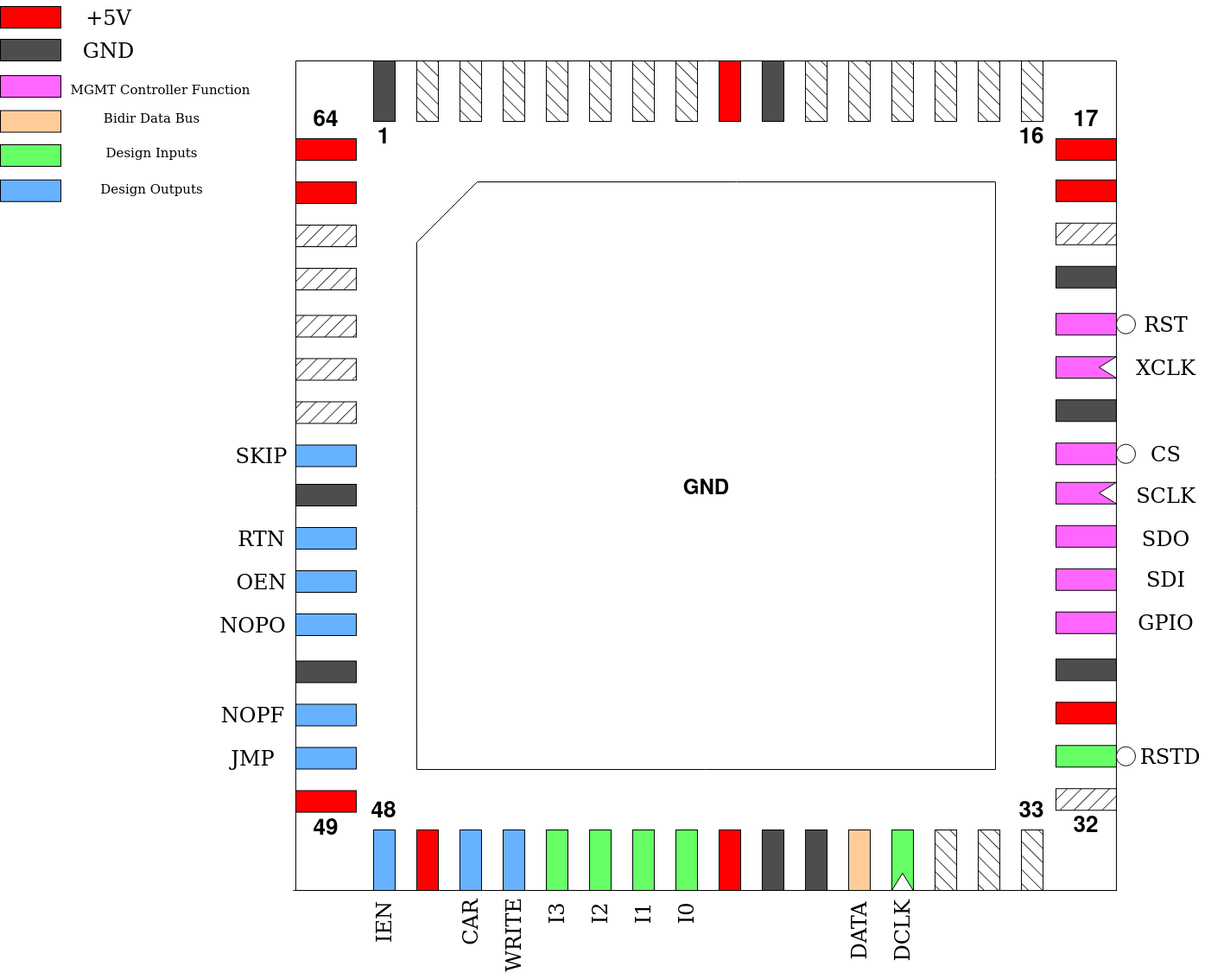
Before: GFMPW-1-MULTI/images/pinoutue1.png, a diagram exported from draw.io (AvalonSemiconductors/AvalonSemiconductors.github.io). Source tidied: cells renumbered, new cells last; positions are measured from the earlier drawing's top-left corner, leaving out a move shared by most shapes.
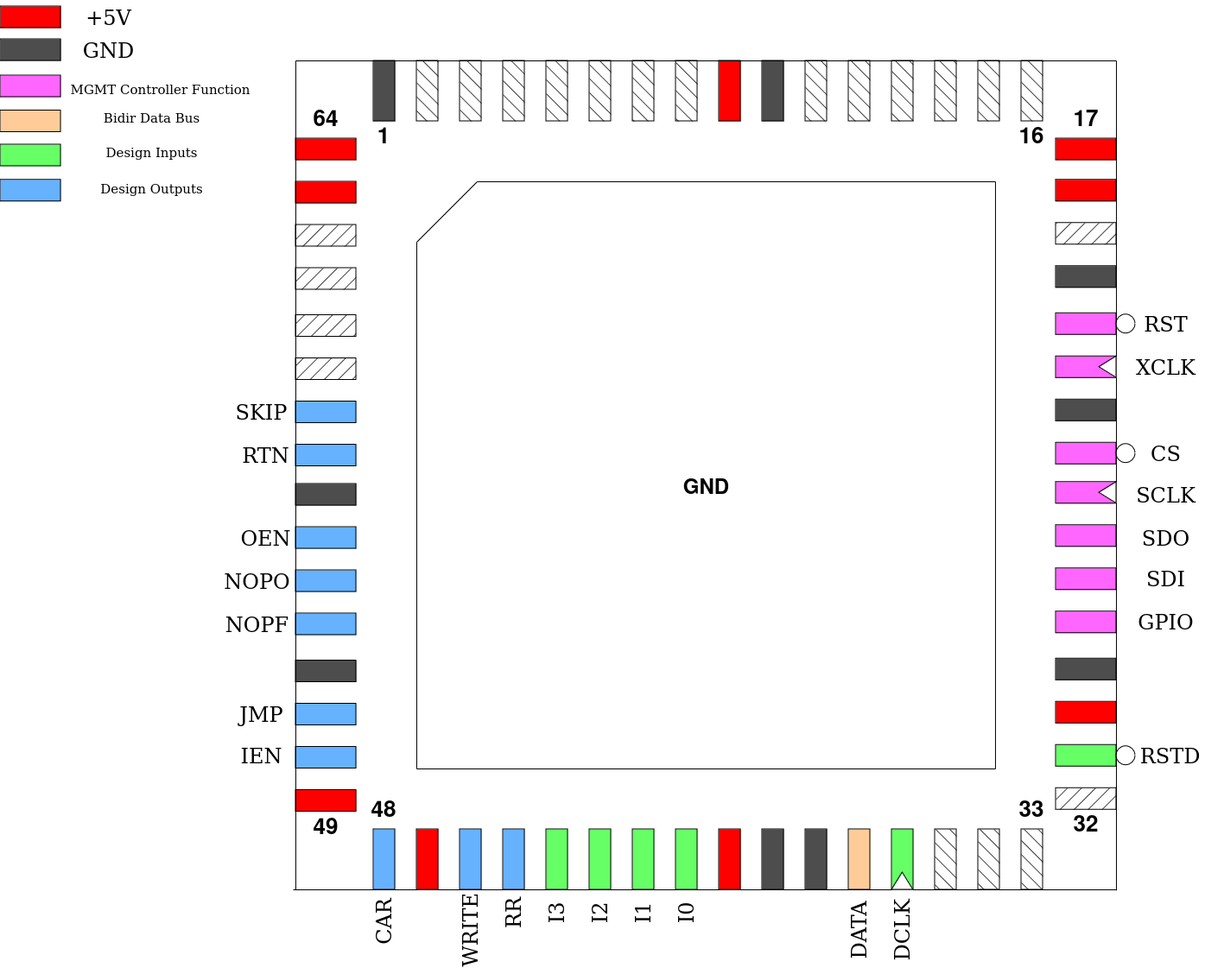
Above is the later version.

Change to the diagram source:
```diff
@@ -20,7 +20,7 @@
     <mxCell id="7" style="rounded=0;whiteSpace=wrap;html=1;fillColor=#000000;fillStyle=hatch;" parent="1" vertex="1">
       <mxGeometry x="342" y="415.5" width="70" height="25" as="geometry" />
     </mxCell>
-    <mxCell id="8" style="rounded=0;whiteSpace=wrap;html=1;fillStyle=hatch;fillColor=#000000;" parent="1" vertex="1">
+    <mxCell id="8" style="rounded=0;whiteSpace=wrap;html=1;fillStyle=solid;fillColor=#66B2FF;" parent="1" vertex="1">
       <mxGeometry x="342" y="465.5" width="70" height="25" as="geometry" />
     </mxCell>
     <mxCell id="9" style="rounded=0;whiteSpace=wrap;html=1;fillColor=#66B2FF;" parent="1" vertex="1">
@@ -342,31 +342,31 @@
       <mxGeometry x="949.5" y="1058" width="90" height="40" as="geometry" />
     </mxCell>
     <mxCell id="106" value="&lt;div&gt;&lt;font style=&quot;font-size: 24px;&quot;&gt;WRITE&lt;/font&gt;&lt;/div&gt;" style="text;html=1;align=center;verticalAlign=middle;strokeColor=none;fillColor=none;fontFamily=Tahoma;rotation=270;" parent="1" vertex="1">
-      <mxGeometry x="544.5" y="1063" width="100" height="40" as="geometry" />
+      <mxGeometry x="494.5" y="1058" width="100" height="40" as="geometry" />
     </mxCell>
     <mxCell id="107" value="&lt;div&gt;&lt;font style=&quot;font-size: 24px;&quot;&gt;CAR&lt;/font&gt;&lt;/div&gt;" style="text;html=1;align=center;verticalAlign=middle;strokeColor=none;fillColor=none;fontFamily=Tahoma;rotation=270;" parent="1" vertex="1">
-      <mxGeometry x="509.5" y="1048" width="70" height="40" as="geometry" />
+      <mxGeometry x="409.5" y="1048" width="70" height="40" as="geometry" />
     </mxCell>
-    <mxCell id="108" value="&lt;div&gt;&lt;font style=&quot;font-size: 24px;&quot;&gt;IEN&lt;/font&gt;&lt;/div&gt;" style="text;html=1;align=center;verticalAlign=middle;strokeColor=none;fillColor=none;fontFamily=Tahoma;rotation=270;" parent="1" vertex="1">
-      <mxGeometry x="409.5" y="1048" width="70" height="40" as="geometry" />
+    <mxCell id="108" value="&lt;div&gt;&lt;font style=&quot;font-size: 24px;&quot;&gt;IEN&lt;/font&gt;&lt;/div&gt;" style="text;html=1;align=center;verticalAlign=middle;strokeColor=none;fillColor=none;fontFamily=Tahoma;rotation=0;" parent="1" vertex="1">
+      <mxGeometry x="267" y="855.8" width="70" height="40" as="geometry" />
     </mxCell>
     <mxCell id="109" value="&lt;div&gt;&lt;font style=&quot;font-size: 24px;&quot;&gt;JMP&lt;/font&gt;&lt;/div&gt;" style="text;html=1;align=center;verticalAlign=middle;strokeColor=none;fillColor=none;fontFamily=Tahoma;rotation=0;" parent="1" vertex="1">
-      <mxGeometry x="257" y="858" width="70" height="40" as="geometry" />
+      <mxGeometry x="267" y="808" width="70" height="40" as="geometry" />
     </mxCell>
     <mxCell id="110" value="&lt;div&gt;&lt;font style=&quot;font-size: 24px;&quot;&gt;NOPF&lt;/font&gt;&lt;/div&gt;" style="text;html=1;align=center;verticalAlign=middle;strokeColor=none;fillColor=none;fontFamily=Tahoma;rotation=0;" parent="1" vertex="1">
-      <mxGeometry x="247" y="808" width="90" height="40" as="geometry" />
+      <mxGeometry x="252" y="703.5" width="90" height="40" as="geometry" />
     </mxCell>
     <mxCell id="111" value="&lt;div&gt;&lt;font style=&quot;font-size: 24px;&quot;&gt;NOPO&lt;/font&gt;&lt;/div&gt;" style="text;html=1;align=center;verticalAlign=middle;strokeColor=none;fillColor=none;fontFamily=Tahoma;rotation=0;" parent="1" vertex="1">
-      <mxGeometry x="247" y="703.5" width="90" height="40" as="geometry" />
+      <mxGeometry x="252" y="653.5" width="90" height="40" as="geometry" />
     </mxCell>
     <mxCell id="112" value="&lt;div&gt;&lt;font style=&quot;font-size: 24px;&quot;&gt;OEN&lt;/font&gt;&lt;/div&gt;" style="text;html=1;align=center;verticalAlign=middle;strokeColor=none;fillColor=none;fontFamily=Tahoma;rotation=0;" parent="1" vertex="1">
-      <mxGeometry x="267" y="653.5" width="70" height="40" as="geometry" />
+      <mxGeometry x="272" y="603.5" width="70" height="40" as="geometry" />
     </mxCell>
     <mxCell id="113" value="&lt;div&gt;&lt;font style=&quot;font-size: 24px;&quot;&gt;RTN&lt;/font&gt;&lt;/div&gt;" style="text;html=1;align=center;verticalAlign=middle;strokeColor=none;fillColor=none;fontFamily=Tahoma;rotation=0;" parent="1" vertex="1">
-      <mxGeometry x="267" y="603.5" width="70" height="40" as="geometry" />
+      <mxGeometry x="272" y="508" width="70" height="40" as="geometry" />
     </mxCell>
     <mxCell id="114" value="&lt;div&gt;&lt;font style=&quot;font-size: 24px;&quot;&gt;SKIP&lt;/font&gt;&lt;/div&gt;" style="text;html=1;align=center;verticalAlign=middle;strokeColor=none;fillColor=none;fontFamily=Tahoma;rotation=0;" parent="1" vertex="1">
-      <mxGeometry x="262" y="508" width="80" height="40" as="geometry" />
+      <mxGeometry x="262" y="458" width="80" height="40" as="geometry" />
     </mxCell>
     <mxCell id="115" value="&lt;div&gt;&lt;font style=&quot;font-size: 24px;&quot;&gt;I0&lt;/font&gt;&lt;/div&gt;" style="text;html=1;align=center;verticalAlign=middle;strokeColor=none;fillColor=none;fontFamily=Tahoma;rotation=270;" parent="1" vertex="1">
       <mxGeometry x="769.5" y="1038" width="50" height="40" as="geometry" />
@@ -398,5 +398,8 @@
     <mxCell id="124" value="&lt;div style=&quot;font-size: 23px;&quot;&gt;&lt;font style=&quot;font-size: 15px;&quot;&gt;Design Outputs&lt;/font&gt;&lt;/div&gt;" style="text;html=1;align=center;verticalAlign=middle;strokeColor=none;fillColor=none;fontFamily=Tahoma;" parent="1" vertex="1">
       <mxGeometry x="110" y="196" width="130" height="40" as="geometry" />
     </mxCell>
+    <mxCell id="125" value="&lt;div&gt;&lt;font style=&quot;font-size: 24px;&quot;&gt;RR&lt;/font&gt;&lt;/div&gt;" style="text;html=1;align=center;verticalAlign=middle;strokeColor=none;fillColor=none;fontFamily=Tahoma;rotation=270;" parent="1" vertex="1">
+      <mxGeometry x="564.5" y="1038" width="60" height="40" as="geometry" />
+    </mxCell>
   </root>
 </mxGraphModel>
```
